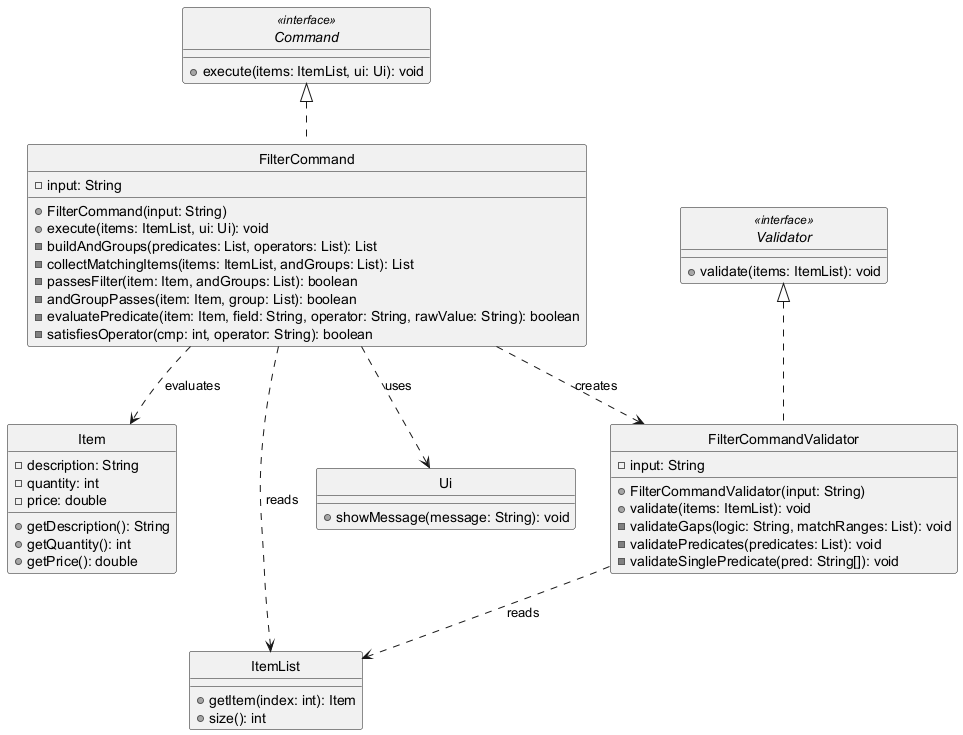
Above: docs/diagrams/FilterCommandClassDiagram.png in kenpegrasio/tp (PlantUML), before the change.
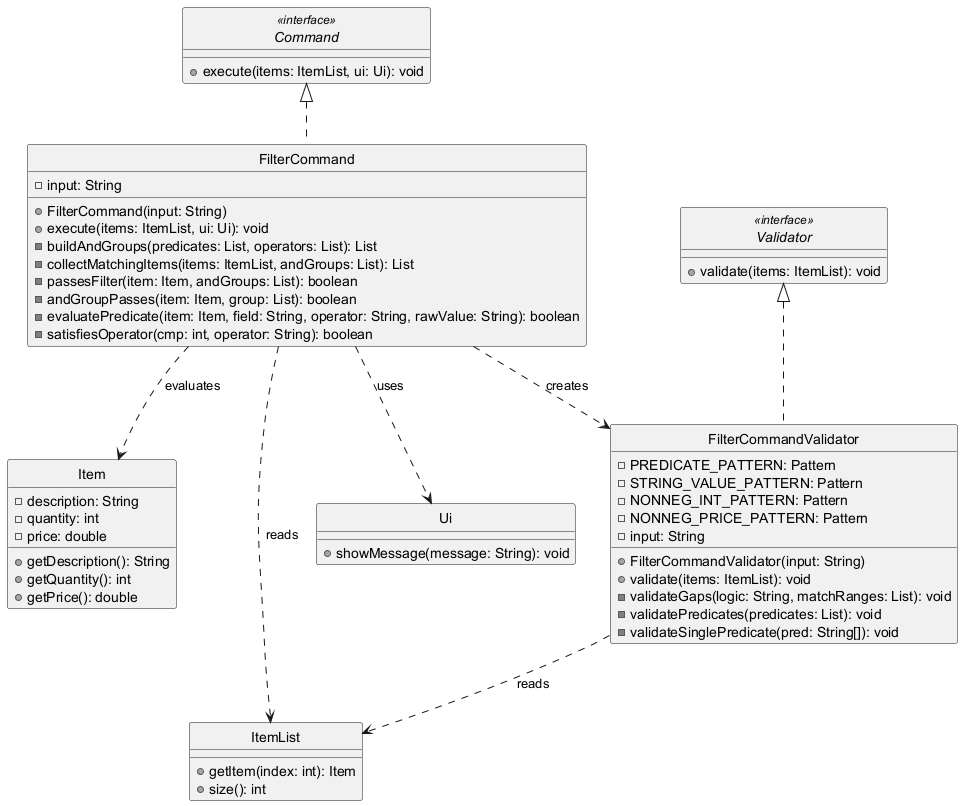
The same file after the commit.

Diff of the diagram source:
```diff
@@ -24,6 +24,10 @@
 }
 
 class FilterCommandValidator {
+    - PREDICATE_PATTERN: Pattern
+    - STRING_VALUE_PATTERN: Pattern
+    - NONNEG_INT_PATTERN: Pattern
+    - NONNEG_PRICE_PATTERN: Pattern
     - input: String
     + FilterCommandValidator(input: String)
     + validate(items: ItemList): void
```
